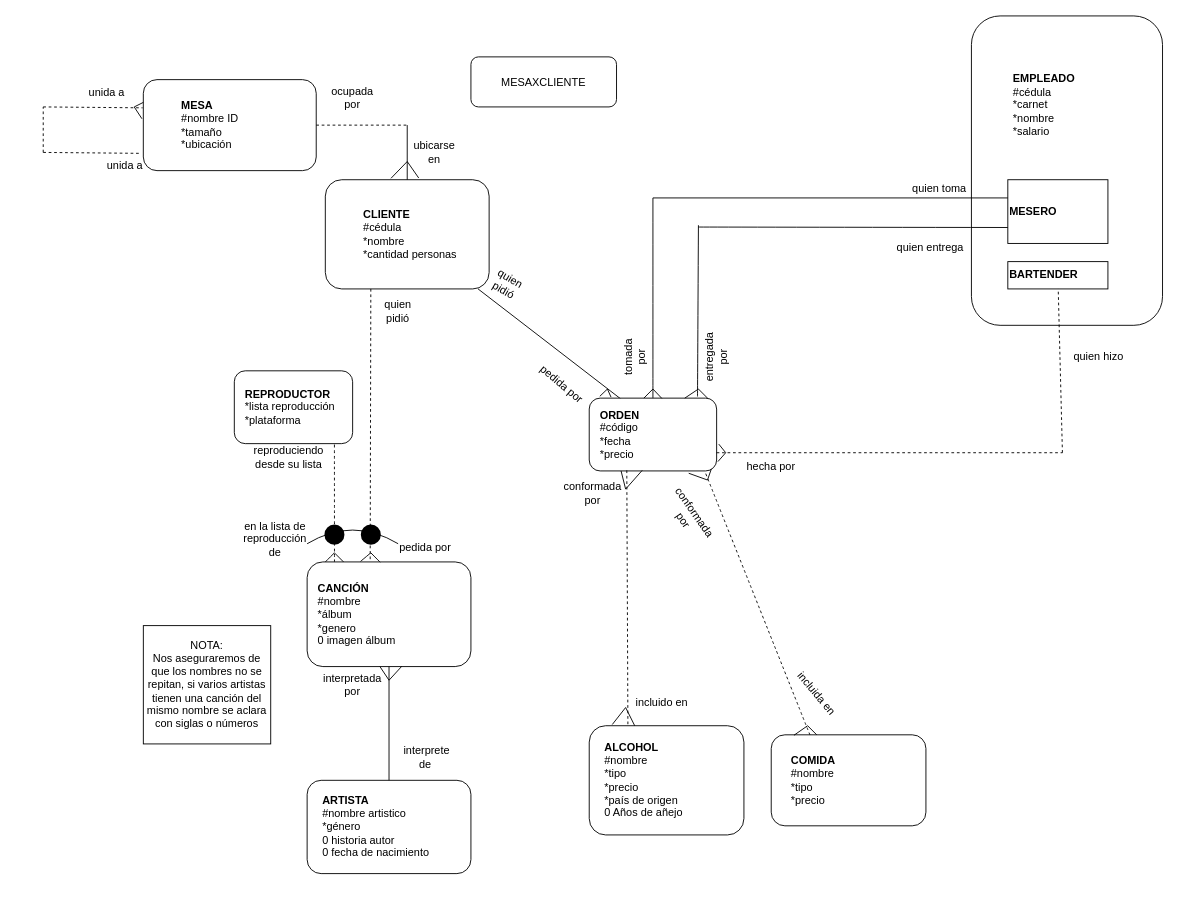
This is Trabajo1/ModeloER.drawio from M1moreno/EntregasBD, a draw.io file, before an edit. Source tidied: cells renumbered, new cells numbered last; positions are measured from the earlier drawing's top-left corner, leaving out a move shared by most shapes. Both pictures are drawn from the tidied source at 91%, with x=0, y=0 at pixel (43, 15). Pictures stored in the file or linked from it are replaced by grey dashed boxes.
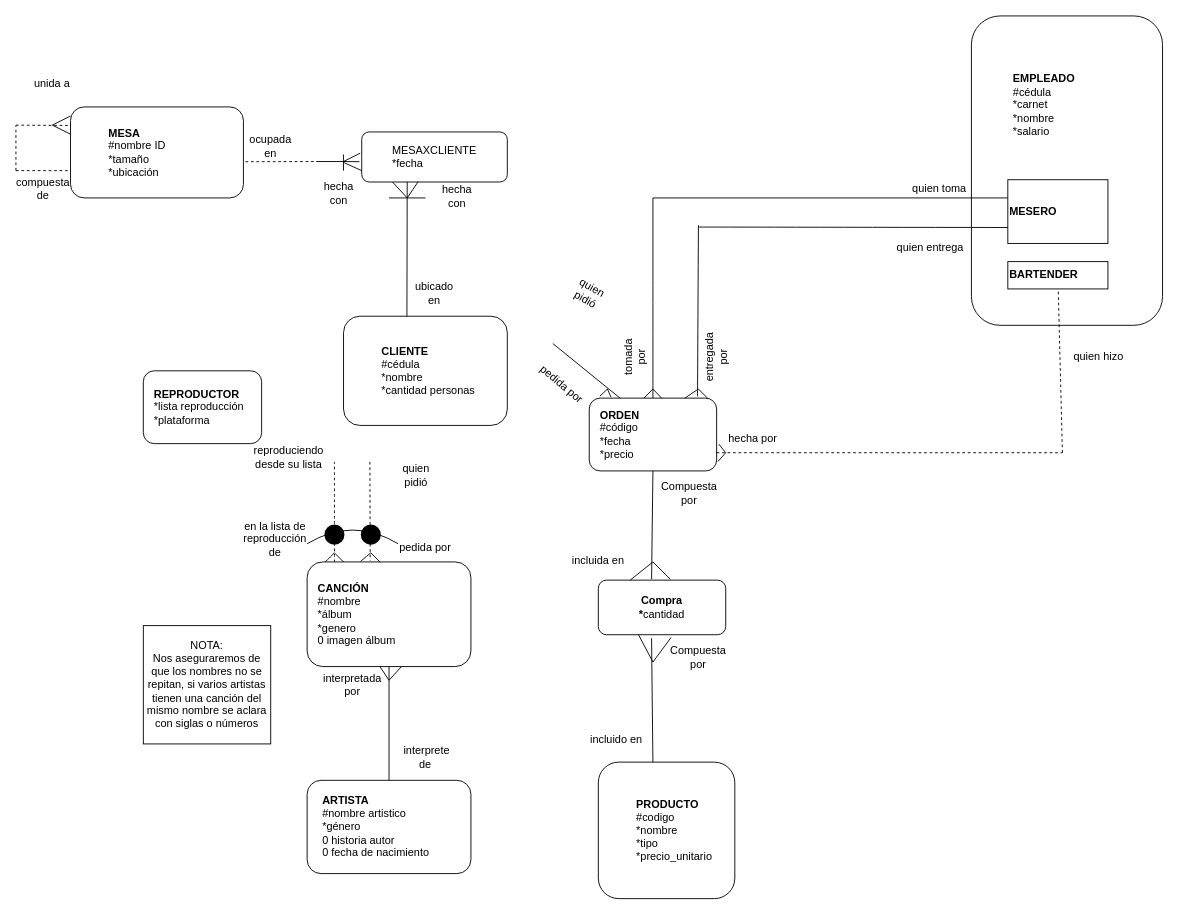
After the change.

The change refers to these unchanged cells:
```xml
<mxCell id="15" style="rounded=1;whiteSpace=wrap;html=1;" parent="14" vertex="1">
  <mxGeometry width="140" height="80" as="geometry" />
</mxCell>
<mxCell id="16" value="&lt;div&gt;&lt;b&gt;ORDEN&lt;/b&gt;&lt;/div&gt;&lt;div&gt;#código&lt;/div&gt;&lt;div&gt;*fecha&lt;/div&gt;&lt;div&gt;*precio&lt;/div&gt;" style="text;html=1;strokeColor=none;fillColor=none;align=left;verticalAlign=middle;whiteSpace=wrap;rounded=0;" parent="14" vertex="1">
  <mxGeometry x="10" y="5" width="120" height="70" as="geometry" />
</mxCell>
<mxCell id="21" style="rounded=1;whiteSpace=wrap;html=1;" parent="20" vertex="1">
  <mxGeometry width="180" height="115" as="geometry" />
</mxCell>
```

What changed in the source:
```diff
@@
-    <mxCell id="2" style="endArrow=none;html=1;rounded=0;entryX=0.25;entryY=0;entryDx=0;entryDy=0;" parent="1" edge="1" source="4" target="16">
-      <mxGeometry relative="1" as="geometry" />
+    <mxCell id="2" style="endArrow=none;html=1;rounded=0;entryX=0.25;entryY=0;entryDx=0;entryDy=0;" parent="1" edge="1" target="16">
+      <mxGeometry relative="1" as="geometry">
+        <mxPoint x="560" y="360" as="sourcePoint" />
+      </mxGeometry>
     </mxCell>
     <mxCell id="3" value="&lt;blockquote style=&quot;margin: 0 0 0 40px ; border: none ; padding: 0px&quot;&gt;&lt;b&gt;MESA&lt;/b&gt;&lt;/blockquote&gt;&lt;blockquote style=&quot;margin: 0px 0px 0px 40px ; border: none ; padding: 0px&quot;&gt;#nombre ID&lt;/blockquote&gt;&lt;blockquote style=&quot;margin: 0px 0px 0px 40px ; border: none ; padding: 0px&quot;&gt;*tamaño&lt;/blockquote&gt;&lt;blockquote style=&quot;margin: 0px 0px 0px 40px ; border: none ; padding: 0px&quot;&gt;*ubicación&lt;/blockquote&gt;" style="rounded=1;whiteSpace=wrap;html=1;align=left;" parent="1" vertex="1">
-      <mxGeometry x="110" y="70" width="190" height="100" as="geometry" />
+      <mxGeometry x="30" y="100" width="190" height="100" as="geometry" />
     </mxCell>
     <mxCell id="4" value="&lt;blockquote style=&quot;margin: 0 0 0 40px ; border: none ; padding: 0px&quot;&gt;&lt;b&gt;CLIENTE&lt;br&gt;&lt;/b&gt;#cédula&lt;br&gt;*nombre&lt;br&gt;*cantidad personas&lt;/blockquote&gt;" style="rounded=1;whiteSpace=wrap;html=1;align=left;" parent="1" vertex="1">
-      <mxGeometry x="310" y="180" width="180" height="120" as="geometry" />
+      <mxGeometry x="330" y="330" width="180" height="120" as="geometry" />
     </mxCell>
@@
     <mxCell id="11" style="group;" parent="1" vertex="1">
-      <mxGeometry x="210" y="390" width="130" height="80" as="geometry" />
+      <mxGeometry x="110" y="390" width="130" height="80" as="geometry" />
     </mxCell>
@@
-    <mxCell id="17" style="group;" parent="1" vertex="1">
-      <mxGeometry x="600" y="780" width="170" height="120" as="geometry" />
-    </mxCell>
-    <mxCell id="18" style="rounded=1;whiteSpace=wrap;html=1;" parent="17" vertex="1">
-      <mxGeometry width="170" height="120" as="geometry" />
-    </mxCell>
-    <mxCell id="19" value="&lt;b&gt;ALCOHOL&lt;/b&gt;&lt;br&gt;#nombre&lt;br&gt;*tipo&lt;br&gt;*precio&lt;br&gt;*país de origen&lt;br&gt;0 Años de añejo" style="text;html=1;strokeColor=none;fillColor=none;align=left;verticalAlign=middle;whiteSpace=wrap;rounded=0;" parent="17" vertex="1">
-      <mxGeometry x="15" y="10" width="140" height="100" as="geometry" />
-    </mxCell>
@@
-    <mxCell id="26" style="endArrow=none;dashed=1;html=1;rounded=0;exitX=1;exitY=0.5;exitDx=0;exitDy=0;" parent="1" edge="1" source="3">
+    <mxCell id="26" style="endArrow=none;dashed=1;html=1;rounded=0;exitX=1.012;exitY=0.602;exitDx=0;exitDy=0;exitPerimeter=0;" parent="1" edge="1" source="3">
       <mxGeometry relative="1" as="geometry">
-        <mxPoint x="400" y="120" as="targetPoint" />
+        <mxPoint x="300" y="160" as="targetPoint" />
       </mxGeometry>
     </mxCell>
-    <mxCell id="27" style="endArrow=none;html=1;rounded=0;" parent="1" edge="1">
+    <mxCell id="27" style="endArrow=none;html=1;rounded=0;entryX=0.387;entryY=0;entryDx=0;entryDy=0;entryPerimeter=0;" parent="1" edge="1" target="4">
       <mxGeometry relative="1" as="geometry">
-        <mxPoint x="400" y="120" as="sourcePoint" />
-        <mxPoint x="400" y="180" as="targetPoint" />
+        <mxPoint x="400" y="180" as="sourcePoint" />
       </mxGeometry>
     </mxCell>
     <mxCell id="28" style="endArrow=none;dashed=1;html=1;rounded=0;entryX=0.385;entryY=-0.013;entryDx=0;entryDy=0;entryPerimeter=0;" parent="1" edge="1" target="21">
       <mxGeometry relative="1" as="geometry">
-        <mxPoint x="360" y="300" as="sourcePoint" />
+        <mxPoint x="359" y="490" as="sourcePoint" />
       </mxGeometry>
     </mxCell>
-    <mxCell id="29" style="group;" parent="1" vertex="1">
-      <mxGeometry x="800" y="790" width="170" height="100" as="geometry" />
-    </mxCell>
-    <mxCell id="30" style="rounded=1;whiteSpace=wrap;html=1;arcSize=15;" parent="29" vertex="1">
-      <mxGeometry width="170" height="100" as="geometry" />
-    </mxCell>
-    <mxCell id="31" value="&lt;b&gt;COMIDA&lt;/b&gt;&lt;br&gt;#nombre&lt;br&gt;*tipo&lt;br&gt;*precio" style="text;html=1;strokeColor=none;fillColor=none;align=left;verticalAlign=middle;whiteSpace=wrap;rounded=0;" parent="29" vertex="1">
-      <mxGeometry x="20" y="10" width="130" height="80" as="geometry" />
-    </mxCell>
@@
-    <mxCell id="34" style="endArrow=none;dashed=1;html=1;rounded=0;entryX=0.25;entryY=0;entryDx=0;entryDy=0;exitX=0.295;exitY=0.992;exitDx=0;exitDy=0;exitPerimeter=0;" parent="1" edge="1" source="15" target="18">
-      <mxGeometry relative="1" as="geometry" />
-    </mxCell>
@@
-    <mxCell id="39" style="endArrow=none;dashed=1;html=1;curved=1;entryX=0.912;entryY=1.026;entryDx=0;entryDy=0;entryPerimeter=0;exitX=0.25;exitY=0;exitDx=0;exitDy=0;" parent="1" edge="1" source="30" target="15">
-      <mxGeometry relative="1" as="geometry" />
-    </mxCell>
@@
     <mxCell id="45" style="endArrow=none;dashed=1;html=1;curved=1;exitX=0.167;exitY=0;exitDx=0;exitDy=0;exitPerimeter=0;" parent="1" edge="1" source="21">
       <mxGeometry relative="1" as="geometry">
-        <mxPoint x="320" y="470" as="targetPoint" />
+        <mxPoint x="320" y="490" as="targetPoint" />
       </mxGeometry>
     </mxCell>
@@
     <mxCell id="51" value="quien pidió" style="text;html=1;strokeColor=none;fillColor=none;align=center;verticalAlign=middle;whiteSpace=wrap;rounded=0;" parent="1" vertex="1">
-      <mxGeometry x="360" y="310" width="60" height="30" as="geometry" />
+      <mxGeometry x="380" y="490" width="60" height="30" as="geometry" />
     </mxCell>
     <mxCell id="52" value="quien pidió" style="text;html=1;strokeColor=none;fillColor=none;align=center;verticalAlign=middle;whiteSpace=wrap;rounded=0;rotation=30;" parent="1" vertex="1">
-      <mxGeometry x="480" y="280" width="60" height="30" as="geometry" />
+      <mxGeometry x="570" y="290" width="60" height="30" as="geometry" />
     </mxCell>
@@
-    <mxCell id="64" value="ocupada por" style="text;html=1;strokeColor=none;fillColor=none;align=center;verticalAlign=middle;whiteSpace=wrap;rounded=0;" parent="1" vertex="1">
-      <mxGeometry x="310" y="75" width="60" height="30" as="geometry" />
+    <mxCell id="64" value="ocupada en" style="text;html=1;strokeColor=none;fillColor=none;align=center;verticalAlign=middle;whiteSpace=wrap;rounded=0;" parent="1" vertex="1">
+      <mxGeometry x="220" y="127.5" width="60" height="30" as="geometry" />
     </mxCell>
-    <mxCell id="65" value="ubicarse en" style="text;html=1;strokeColor=none;fillColor=none;align=center;verticalAlign=middle;whiteSpace=wrap;rounded=0;" parent="1" vertex="1">
-      <mxGeometry x="400" y="135" width="60" height="30" as="geometry" />
+    <mxCell id="65" value="ubicado en" style="text;html=1;strokeColor=none;fillColor=none;align=center;verticalAlign=middle;whiteSpace=wrap;rounded=0;" parent="1" vertex="1">
+      <mxGeometry x="400" y="290" width="60" height="30" as="geometry" />
     </mxCell>
-    <mxCell id="66" value="conformada por" style="text;html=1;strokeColor=none;fillColor=none;align=center;verticalAlign=middle;whiteSpace=wrap;rounded=0;rotation=0;" parent="1" vertex="1">
-      <mxGeometry x="574" y="510" width="60" height="30" as="geometry" />
-    </mxCell>
-    <mxCell id="67" value="incluido en" style="text;html=1;strokeColor=none;fillColor=none;align=center;verticalAlign=middle;whiteSpace=wrap;rounded=0;rotation=0;" parent="1" vertex="1">
-      <mxGeometry x="650" y="740" width="60" height="30" as="geometry" />
-    </mxCell>
-    <mxCell id="68" value="conformada por" style="text;html=1;strokeColor=none;fillColor=none;align=center;verticalAlign=middle;whiteSpace=wrap;rounded=0;rotation=55;" parent="1" vertex="1">
-      <mxGeometry x="680" y="535" width="60" height="30" as="geometry" />
-    </mxCell>
-    <mxCell id="69" value="incluida en" style="text;html=1;strokeColor=none;fillColor=none;align=center;verticalAlign=middle;whiteSpace=wrap;rounded=0;rotation=50;" parent="1" vertex="1">
-      <mxGeometry x="820" y="730" width="60" height="30" as="geometry" />
-    </mxCell>
-    <mxCell id="70" style="endArrow=none;html=1;exitX=0.401;exitY=-0.013;exitDx=0;exitDy=0;exitPerimeter=0;" parent="1" edge="1" source="4">
-      <mxGeometry relative="1" as="geometry">
-        <mxPoint x="400" y="160" as="targetPoint" />
-      </mxGeometry>
-    </mxCell>
-    <mxCell id="71" style="endArrow=none;html=1;entryX=0.57;entryY=-0.016;entryDx=0;entryDy=0;entryPerimeter=0;" parent="1" edge="1" target="4">
-      <mxGeometry relative="1" as="geometry">
-        <mxPoint x="400" y="160" as="sourcePoint" />
-      </mxGeometry>
-    </mxCell>
-    <mxCell id="72" style="endArrow=none;html=1;entryX=-0.004;entryY=0.31;entryDx=0;entryDy=0;entryPerimeter=0;dashed=1;" parent="1" edge="1" target="3">
+    <mxCell id="72" style="endArrow=none;html=1;dashed=1;entryX=-0.006;entryY=0.204;entryDx=0;entryDy=0;entryPerimeter=0;" parent="1" edge="1" target="3">
       <mxGeometry relative="1" as="geometry">
-        <mxPoint y="100" as="sourcePoint" />
+        <mxPoint x="-30" y="120" as="sourcePoint" />
       </mxGeometry>
     </mxCell>
     <mxCell id="73" style="endArrow=none;dashed=1;html=1;" parent="1" edge="1">
       <mxGeometry relative="1" as="geometry">
-        <mxPoint y="150" as="sourcePoint" />
-        <mxPoint y="100" as="targetPoint" />
+        <mxPoint x="-30" y="170" as="sourcePoint" />
+        <mxPoint x="-30" y="120" as="targetPoint" />
       </mxGeometry>
     </mxCell>
-    <mxCell id="74" style="endArrow=none;dashed=1;html=1;entryX=-0.022;entryY=0.81;entryDx=0;entryDy=0;entryPerimeter=0;" parent="1" edge="1" target="3">
+    <mxCell id="74" style="endArrow=none;dashed=1;html=1;" parent="1" edge="1">
       <mxGeometry relative="1" as="geometry">
-        <mxPoint y="150" as="sourcePoint" />
+        <mxPoint x="-30" y="170" as="sourcePoint" />
+        <mxPoint x="30" y="170" as="targetPoint" />
       </mxGeometry>
     </mxCell>
-    <mxCell id="75" style="endArrow=none;html=1;entryX=-0.008;entryY=0.43;entryDx=0;entryDy=0;entryPerimeter=0;" parent="1" edge="1" target="3">
-      <mxGeometry relative="1" as="geometry">
-        <mxPoint x="100" y="100" as="sourcePoint" />
-      </mxGeometry>
-    </mxCell>
-    <mxCell id="76" style="endArrow=none;html=1;entryX=0;entryY=0.25;entryDx=0;entryDy=0;" parent="1" edge="1" target="3">
-      <mxGeometry relative="1" as="geometry">
-        <mxPoint x="100" y="100" as="sourcePoint" />
-      </mxGeometry>
-    </mxCell>
-    <mxCell id="77" value="unida a" style="text;html=1;strokeColor=none;fillColor=none;align=center;verticalAlign=middle;whiteSpace=wrap;rounded=0;" parent="1" vertex="1">
-      <mxGeometry x="60" y="150" width="60" height="30" as="geometry" />
+    <mxCell id="77" value="compuesta de" style="text;html=1;strokeColor=none;fillColor=none;align=center;verticalAlign=middle;whiteSpace=wrap;rounded=0;" parent="1" vertex="1">
+      <mxGeometry x="-30" y="175" width="60" height="30" as="geometry" />
     </mxCell>
     <mxCell id="78" value="unida a" style="text;html=1;strokeColor=none;fillColor=none;align=center;verticalAlign=middle;whiteSpace=wrap;rounded=0;" parent="1" vertex="1">
-      <mxGeometry x="40" y="70" width="60" height="30" as="geometry" />
+      <mxGeometry x="-20" y="60" width="60" height="30" as="geometry" />
     </mxCell>
     <mxCell id="79" value="hecha por" style="text;html=1;strokeColor=none;fillColor=none;align=center;verticalAlign=middle;whiteSpace=wrap;rounded=0;rotation=0;" parent="1" vertex="1">
-      <mxGeometry x="770" y="480" width="60" height="30" as="geometry" />
+      <mxGeometry x="750" y="450" width="60" height="30" as="geometry" />
     </mxCell>
@@
-    <mxCell id="84" style="endArrow=none;html=1;rounded=0;entryX=0.416;entryY=0.992;entryDx=0;entryDy=0;entryPerimeter=0;" parent="1" edge="1" target="15">
-      <mxGeometry relative="1" as="geometry">
-        <mxPoint x="640" y="520" as="sourcePoint" />
-      </mxGeometry>
-    </mxCell>
-    <mxCell id="85" style="endArrow=none;html=1;rounded=0;exitX=0.25;exitY=1;exitDx=0;exitDy=0;" parent="1" edge="1" source="15">
-      <mxGeometry relative="1" as="geometry">
-        <mxPoint x="640" y="520" as="targetPoint" />
-      </mxGeometry>
-    </mxCell>
-    <mxCell id="86" style="endArrow=none;html=1;rounded=0;exitX=0.149;exitY=-0.011;exitDx=0;exitDy=0;exitPerimeter=0;" parent="1" edge="1" source="18">
-      <mxGeometry relative="1" as="geometry">
-        <mxPoint x="640" y="760" as="targetPoint" />
-      </mxGeometry>
-    </mxCell>
-    <mxCell id="87" style="endArrow=none;html=1;rounded=0;exitX=0.294;exitY=0;exitDx=0;exitDy=0;exitPerimeter=0;" parent="1" edge="1" source="18">
-      <mxGeometry relative="1" as="geometry">
-        <mxPoint x="640" y="760" as="targetPoint" />
-      </mxGeometry>
-    </mxCell>
-    <mxCell id="88" style="endArrow=none;html=1;rounded=0;exitX=0.781;exitY=1.032;exitDx=0;exitDy=0;exitPerimeter=0;" parent="1" edge="1" source="15">
-      <mxGeometry relative="1" as="geometry">
-        <mxPoint x="730" y="510" as="targetPoint" />
-      </mxGeometry>
-    </mxCell>
-    <mxCell id="89" style="endArrow=none;html=1;rounded=0;entryX=0.958;entryY=0.975;entryDx=0;entryDy=0;entryPerimeter=0;" parent="1" edge="1" target="15">
-      <mxGeometry relative="1" as="geometry">
-        <mxPoint x="730" y="510" as="sourcePoint" />
-      </mxGeometry>
-    </mxCell>
-    <mxCell id="90" style="endArrow=none;html=1;rounded=0;exitX=0.147;exitY=0.005;exitDx=0;exitDy=0;exitPerimeter=0;" parent="1" edge="1" source="30">
-      <mxGeometry relative="1" as="geometry">
-        <mxPoint x="840" y="780" as="targetPoint" />
-      </mxGeometry>
-    </mxCell>
-    <mxCell id="91" style="endArrow=none;html=1;rounded=0;exitX=0.294;exitY=0;exitDx=0;exitDy=0;exitPerimeter=0;" parent="1" edge="1" source="30">
-      <mxGeometry relative="1" as="geometry">
-        <mxPoint x="840" y="780" as="targetPoint" />
-      </mxGeometry>
-    </mxCell>
@@
-    <mxCell id="97" value="MESAXCLIENTE" style="rounded=1;whiteSpace=wrap;html=1;" parent="1" vertex="1">
-      <mxGeometry x="470" y="45" width="160" height="55" as="geometry" />
+    <mxCell id="97" value="MESAXCLIENTE&lt;br&gt;&lt;div style=&quot;text-align: left&quot;&gt;&lt;span&gt;*fecha&lt;/span&gt;&lt;/div&gt;" style="rounded=1;whiteSpace=wrap;html=1;align=center;" parent="1" vertex="1">
+      <mxGeometry x="350" y="127.5" width="160" height="55" as="geometry" />
     </mxCell>
+    <mxCell id="98" style="endArrow=none;html=1;rounded=0;entryX=0.388;entryY=0.992;entryDx=0;entryDy=0;entryPerimeter=0;" parent="1" edge="1" target="97">
+      <mxGeometry relative="1" as="geometry">
+        <mxPoint x="400" y="200" as="sourcePoint" />
+      </mxGeometry>
+    </mxCell>
+    <mxCell id="99" style="endArrow=none;html=1;rounded=0;exitX=0.212;exitY=1.003;exitDx=0;exitDy=0;exitPerimeter=0;" parent="1" edge="1" source="97">
+      <mxGeometry relative="1" as="geometry">
+        <mxPoint x="400" y="200" as="targetPoint" />
+      </mxGeometry>
+    </mxCell>
+    <mxCell id="100" value="hecha con" style="text;html=1;strokeColor=none;fillColor=none;align=center;verticalAlign=middle;whiteSpace=wrap;rounded=0;" parent="1" vertex="1">
+      <mxGeometry x="300" y="180" width="50" height="30" as="geometry" />
+    </mxCell>
+    <mxCell id="101" style="endArrow=none;html=1;rounded=0;" parent="1" edge="1">
+      <mxGeometry relative="1" as="geometry">
+        <mxPoint x="380" y="200" as="sourcePoint" />
+        <mxPoint x="420" y="200" as="targetPoint" />
+      </mxGeometry>
+    </mxCell>
+    <mxCell id="102" value="hecha con" style="text;html=1;strokeColor=none;fillColor=none;align=center;verticalAlign=middle;whiteSpace=wrap;rounded=0;" parent="1" vertex="1">
+      <mxGeometry x="430" y="182.5" width="50" height="30" as="geometry" />
+    </mxCell>
+    <mxCell id="103" style="endArrow=none;html=1;rounded=0;entryX=-0.016;entryY=0.594;entryDx=0;entryDy=0;entryPerimeter=0;" parent="1" edge="1" target="97">
+      <mxGeometry relative="1" as="geometry">
+        <mxPoint x="300" y="160" as="sourcePoint" />
+        <Array as="points">
+          <mxPoint x="330" y="160" />
+        </Array>
+      </mxGeometry>
+    </mxCell>
+    <mxCell id="104" style="endArrow=none;html=1;rounded=0;" parent="1" edge="1">
+      <mxGeometry relative="1" as="geometry">
+        <mxPoint x="330" y="170" as="sourcePoint" />
+        <mxPoint x="329.9" y="152.2" as="targetPoint" />
+      </mxGeometry>
+    </mxCell>
+    <mxCell id="105" style="endArrow=none;html=1;rounded=0;entryX=-0.011;entryY=0.426;entryDx=0;entryDy=0;entryPerimeter=0;" parent="1" edge="1" target="97">
+      <mxGeometry relative="1" as="geometry">
+        <mxPoint x="330" y="160" as="sourcePoint" />
+      </mxGeometry>
+    </mxCell>
+    <mxCell id="106" style="endArrow=none;html=1;rounded=0;entryX=0;entryY=0.773;entryDx=0;entryDy=0;entryPerimeter=0;" parent="1" edge="1" target="97">
+      <mxGeometry relative="1" as="geometry">
+        <mxPoint x="330" y="161" as="sourcePoint" />
+      </mxGeometry>
+    </mxCell>
+    <mxCell id="107" style="endArrow=none;html=1;rounded=0;entryX=0;entryY=0.3;entryDx=0;entryDy=0;entryPerimeter=0;" parent="1" edge="1" target="3">
+      <mxGeometry relative="1" as="geometry">
+        <mxPoint x="10" y="120" as="sourcePoint" />
+      </mxGeometry>
+    </mxCell>
+    <mxCell id="108" style="endArrow=none;html=1;rounded=0;entryX=0;entryY=0.1;entryDx=0;entryDy=0;entryPerimeter=0;" parent="1" edge="1" target="3">
+      <mxGeometry relative="1" as="geometry">
+        <mxPoint x="10" y="120" as="sourcePoint" />
+      </mxGeometry>
+    </mxCell>
+    <mxCell id="109" value="&lt;blockquote style=&quot;margin: 0 0 0 40px ; border: none ; padding: 0px&quot;&gt;&lt;b&gt;PRODUCTO&lt;/b&gt;&lt;/blockquote&gt;&lt;blockquote style=&quot;margin: 0 0 0 40px ; border: none ; padding: 0px&quot;&gt;#codigo&lt;/blockquote&gt;&lt;blockquote style=&quot;margin: 0 0 0 40px ; border: none ; padding: 0px&quot;&gt;*nombre&lt;/blockquote&gt;&lt;blockquote style=&quot;margin: 0 0 0 40px ; border: none ; padding: 0px&quot;&gt;*tipo&lt;/blockquote&gt;&lt;blockquote style=&quot;margin: 0 0 0 40px ; border: none ; padding: 0px&quot;&gt;*precio_unitario&lt;/blockquote&gt;" style="rounded=1;whiteSpace=wrap;html=1;align=left;" parent="1" vertex="1">
+      <mxGeometry x="610" y="820" width="150" height="150" as="geometry" />
+    </mxCell>
+    <mxCell id="110" style="endArrow=none;html=1;rounded=0;entryX=0.418;entryY=1.063;entryDx=0;entryDy=0;entryPerimeter=0;" parent="1" edge="1" target="111">
+      <mxGeometry relative="1" as="geometry">
+        <mxPoint x="670" y="820" as="sourcePoint" />
+        <Array as="points">
+          <mxPoint x="669" y="730" />
+        </Array>
+      </mxGeometry>
+    </mxCell>
+    <mxCell id="111" value="&lt;b&gt;Compra&lt;br&gt;&lt;div style=&quot;text-align: left&quot;&gt;&lt;b&gt;*&lt;/b&gt;&lt;span style=&quot;font-weight: normal&quot;&gt;cantidad&lt;/span&gt;&lt;/div&gt;&lt;/b&gt;" style="rounded=1;whiteSpace=wrap;html=1;align=center;" parent="1" vertex="1">
+      <mxGeometry x="610" y="620" width="140" height="60" as="geometry" />
+    </mxCell>
+    <mxCell id="112" style="endArrow=none;html=1;rounded=0;entryX=0.571;entryY=1.05;entryDx=0;entryDy=0;entryPerimeter=0;" parent="1" edge="1" target="111">
+      <mxGeometry relative="1" as="geometry">
+        <mxPoint x="670" y="710" as="sourcePoint" />
+      </mxGeometry>
+    </mxCell>
+    <mxCell id="113" style="endArrow=none;html=1;rounded=0;entryX=0.315;entryY=0.999;entryDx=0;entryDy=0;entryPerimeter=0;" parent="1" edge="1" target="111">
+      <mxGeometry relative="1" as="geometry">
+        <mxPoint x="670" y="710" as="sourcePoint" />
+      </mxGeometry>
+    </mxCell>
+    <mxCell id="114" style="endArrow=none;html=1;rounded=0;exitX=0.25;exitY=0;exitDx=0;exitDy=0;" parent="1" edge="1" source="111">
+      <mxGeometry relative="1" as="geometry">
+        <mxPoint x="670" y="600" as="targetPoint" />
+      </mxGeometry>
+    </mxCell>
+    <mxCell id="115" style="endArrow=none;html=1;rounded=0;entryX=0.565;entryY=-0.017;entryDx=0;entryDy=0;entryPerimeter=0;" parent="1" edge="1" target="111">
+      <mxGeometry relative="1" as="geometry">
+        <mxPoint x="670" y="600" as="sourcePoint" />
+      </mxGeometry>
+    </mxCell>
+    <mxCell id="116" style="endArrow=none;html=1;rounded=0;exitX=0.418;exitY=-0.017;exitDx=0;exitDy=0;exitPerimeter=0;" parent="1" edge="1" source="111">
+      <mxGeometry relative="1" as="geometry">
+        <mxPoint x="670" y="500" as="targetPoint" />
+      </mxGeometry>
+    </mxCell>
+    <mxCell id="117" value="Compuesta por" style="text;html=1;strokeColor=none;fillColor=none;align=center;verticalAlign=middle;whiteSpace=wrap;rounded=0;" parent="1" vertex="1">
+      <mxGeometry x="680" y="510" width="60" height="30" as="geometry" />
+    </mxCell>
+    <mxCell id="69" value="incluida en" style="text;html=1;strokeColor=none;fillColor=none;align=center;verticalAlign=middle;whiteSpace=wrap;rounded=0;" parent="1" vertex="1">
+      <mxGeometry x="580" y="584" width="60" height="30" as="geometry" />
+    </mxCell>
+    <mxCell id="118" value="Compuesta por" style="text;html=1;strokeColor=none;fillColor=none;align=center;verticalAlign=middle;whiteSpace=wrap;rounded=0;" parent="1" vertex="1">
+      <mxGeometry x="690" y="690" width="60" height="30" as="geometry" />
+    </mxCell>
+    <mxCell id="67" value="incluido en" style="text;html=1;strokeColor=none;fillColor=none;align=center;verticalAlign=middle;whiteSpace=wrap;rounded=0;" parent="1" vertex="1">
+      <mxGeometry x="600" y="780" width="60" height="30" as="geometry" />
+    </mxCell>
```
